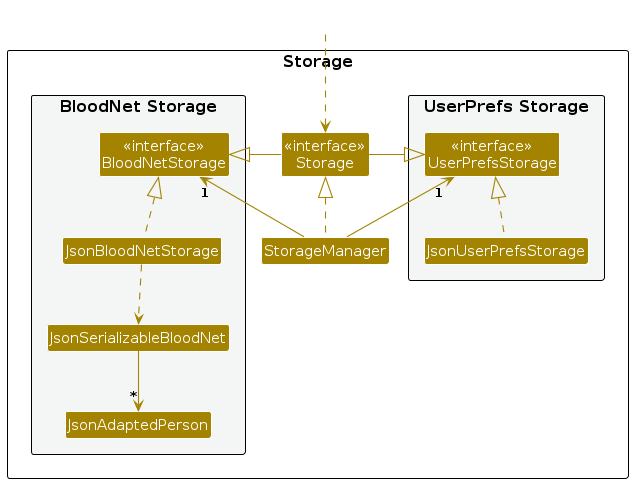
Above: diagrams/StorageClassDiagram.png in AY2526S1-CS2103T-T16-4/tp (PlantUML), before the change. Its source is kept beside it as diagrams/StorageClassDiagram.puml.
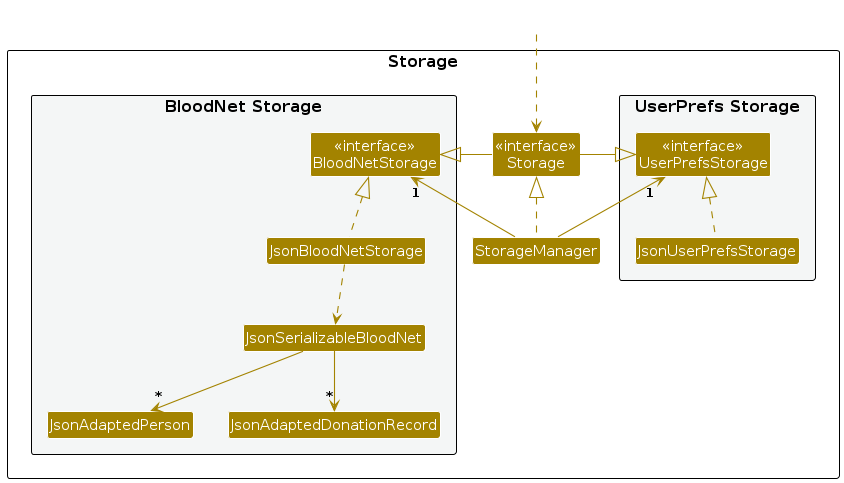
The same file after the commit.

What changed in the source:
```diff
@@ -19,6 +19,7 @@
 Class JsonBloodNetStorage
 Class JsonSerializableBloodNet
 Class JsonAdaptedPerson
+Class JsonAdaptedDonationRecord
 }
 
 }
@@ -37,5 +38,6 @@
 JsonBloodNetStorage .up.|> BloodNetStorage
 JsonBloodNetStorage ..> JsonSerializableBloodNet
 JsonSerializableBloodNet --> "*" JsonAdaptedPerson
+JsonSerializableBloodNet --> "*" JsonAdaptedDonationRecord
 
 @enduml
```
